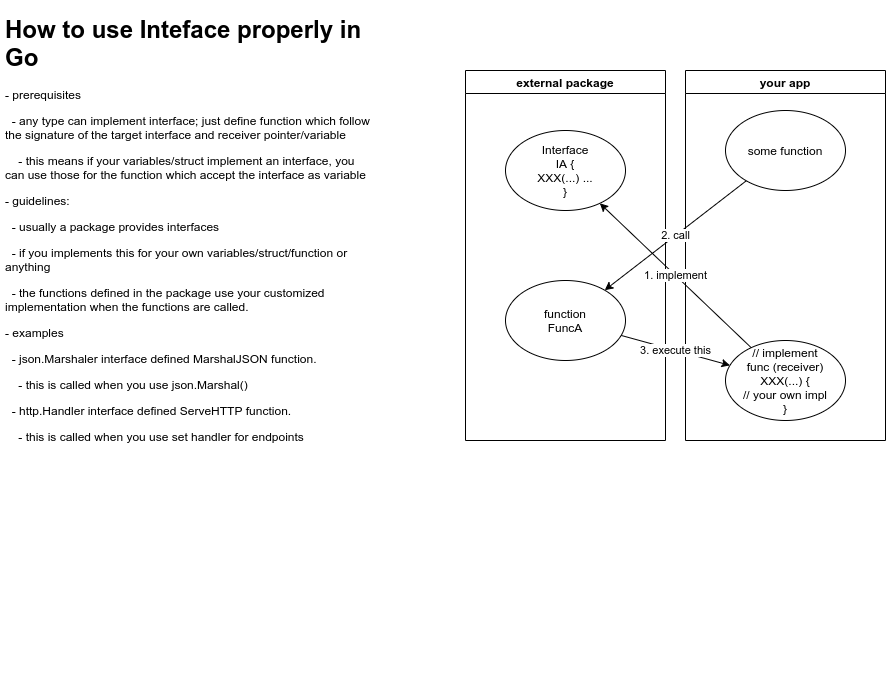
Earlier version of the draw.io export Interface_Overview.PNG (stsiwo/go_concepts). Source tidied: cells renumbered, new cells last; positions are measured from the earlier drawing's top-left corner, leaving out a move shared by most shapes.
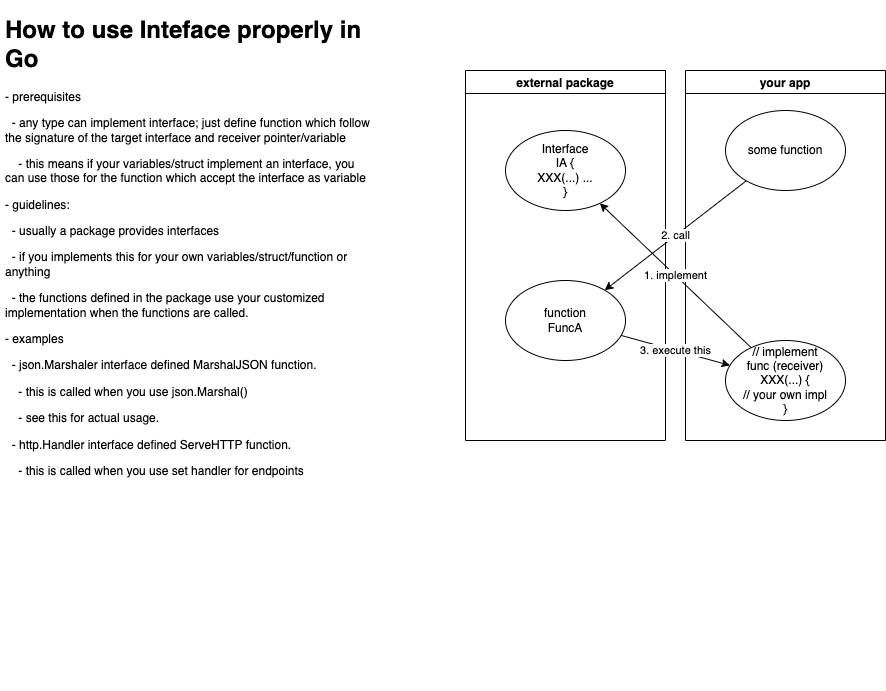
Above is the later version.

What changed in the source:
```diff
@@ -2,7 +2,7 @@
   <root>
     <mxCell id="0" />
     <mxCell id="1" parent="0" />
-    <mxCell id="2" value="&lt;h1&gt;How to use Inteface properly in Go&lt;/h1&gt;&lt;p&gt;- prerequisites&lt;/p&gt;&lt;p&gt;&amp;nbsp; - any type can implement interface; just define function which follow the signature of the target interface and receiver pointer/variable&lt;/p&gt;&lt;p&gt;&amp;nbsp; &amp;nbsp; - this means if your variables/struct implement an interface, you can use those for the function which accept the interface as variable&lt;/p&gt;&lt;p&gt;- guidelines:&lt;/p&gt;&lt;p&gt;&amp;nbsp; - usually a package provides interfaces&lt;/p&gt;&lt;p&gt;&amp;nbsp; - if you implements this for your own variables/struct/function or anything&lt;/p&gt;&lt;p&gt;&amp;nbsp; - the functions defined in the package use your customized implementation when the functions are called.&lt;/p&gt;&lt;p&gt;- examples&lt;/p&gt;&lt;p&gt;&amp;nbsp; - json.Marshaler interface defined MarshalJSON function.&amp;nbsp;&lt;/p&gt;&lt;p&gt;&amp;nbsp; &amp;nbsp; - this is called when you use json.Marshal()&lt;/p&gt;&lt;p&gt;&amp;nbsp; - http.Handler interface defined ServeHTTP function.&lt;/p&gt;&lt;p&gt;&amp;nbsp; &amp;nbsp; - this is called when you use set handler for endpoints&lt;/p&gt;&lt;p&gt;&lt;br&gt;&lt;/p&gt;&lt;p&gt;&lt;br&gt;&lt;/p&gt;" style="text;html=1;strokeColor=none;fillColor=none;spacing=5;spacingTop=-20;whiteSpace=wrap;overflow=hidden;rounded=0;" parent="1" vertex="1">
+    <mxCell id="2" value="&lt;h1&gt;How to use Inteface properly in Go&lt;/h1&gt;&lt;p&gt;- prerequisites&lt;/p&gt;&lt;p&gt;&amp;nbsp; - any type can implement interface; just define function which follow the signature of the target interface and receiver pointer/variable&lt;/p&gt;&lt;p&gt;&amp;nbsp; &amp;nbsp; - this means if your variables/struct implement an interface, you can use those for the function which accept the interface as variable&lt;/p&gt;&lt;p&gt;- guidelines:&lt;/p&gt;&lt;p&gt;&amp;nbsp; - usually a package provides interfaces&lt;/p&gt;&lt;p&gt;&amp;nbsp; - if you implements this for your own variables/struct/function or anything&lt;/p&gt;&lt;p&gt;&amp;nbsp; - the functions defined in the package use your customized implementation when the functions are called.&lt;/p&gt;&lt;p&gt;- examples&lt;/p&gt;&lt;p&gt;&amp;nbsp; - json.Marshaler interface defined MarshalJSON function.&amp;nbsp;&lt;/p&gt;&lt;p&gt;&amp;nbsp; &amp;nbsp; - this is called when you use json.Marshal()&lt;/p&gt;&lt;p&gt;&amp;nbsp; &amp;nbsp; - see &lt;a href=&quot;https://stackoverflow.com/questions/53186254/custom-unmarshal-with-string-split-in-golang&quot;&gt;this&lt;/a&gt; for actual usage.&lt;/p&gt;&lt;p&gt;&amp;nbsp; - http.Handler interface defined ServeHTTP function.&lt;/p&gt;&lt;p&gt;&amp;nbsp; &amp;nbsp; - this is called when you use set handler for endpoints&lt;/p&gt;&lt;p&gt;&lt;br&gt;&lt;/p&gt;&lt;p&gt;&lt;br&gt;&lt;/p&gt;" style="text;html=1;strokeColor=none;fillColor=none;spacing=5;spacingTop=-20;whiteSpace=wrap;overflow=hidden;rounded=0;" parent="1" vertex="1">
       <mxGeometry width="380" height="680" as="geometry" />
     </mxCell>
     <mxCell id="3" value="external package" style="swimlane;" parent="1" vertex="1">
```
